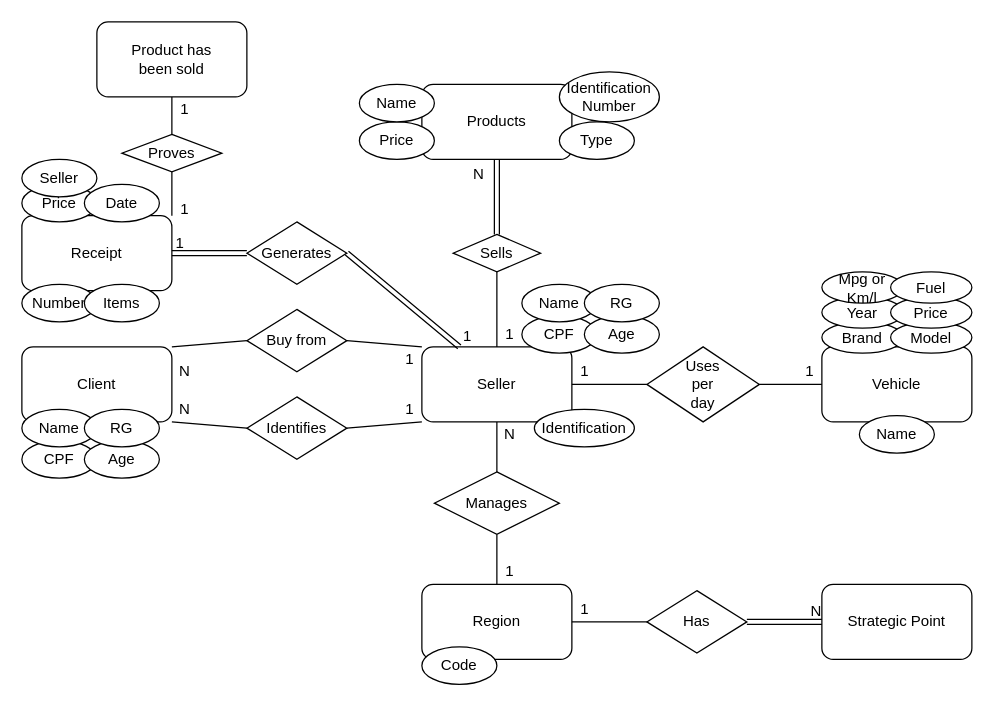
MatheusOde/UML keeps this draw.io diagram as MarketingDepartment.drawio. Above is the earlier version. Source tidied: cells renumbered, new cells numbered last; positions are measured from the earlier drawing's top-left corner, leaving out a move shared by most shapes. Both pictures are drawn from the tidied source at 125%, with x=0, y=0 at pixel (21, 21).
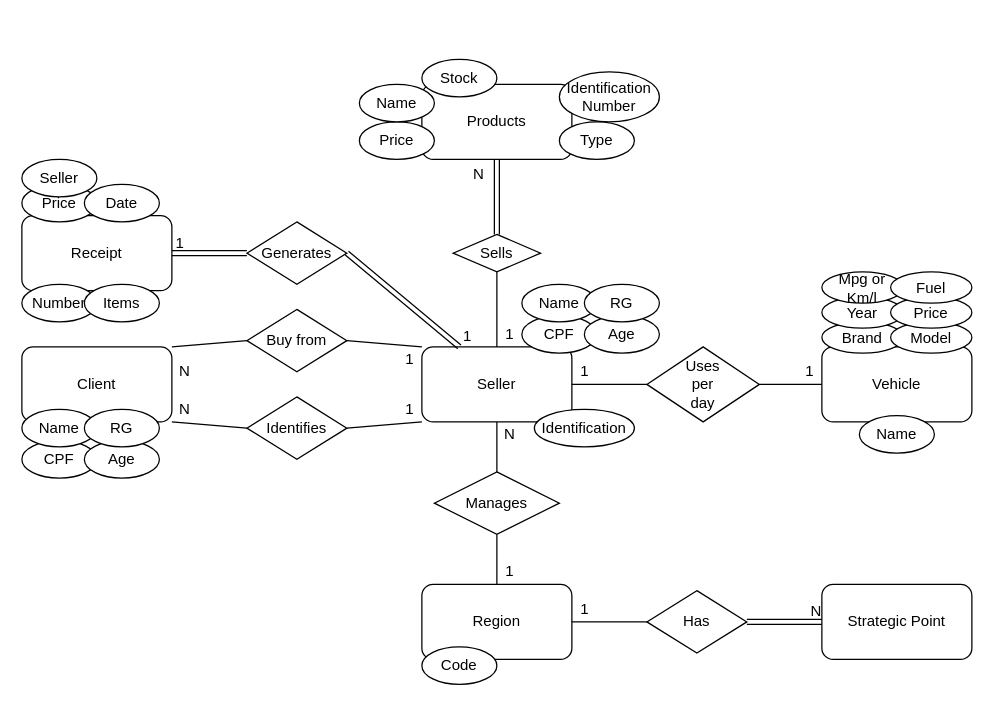
After the change.

The change refers to these unchanged cells:
```xml
<mxCell id="29" value="Receipt" style="rounded=1;whiteSpace=wrap;html=1;" parent="1" vertex="1">
  <mxGeometry y="155" width="120" height="60" as="geometry" />
</mxCell>
```

The edit, as a diff of the source:
```diff
@@
-    <mxCell id="70" style="endArrow=none;html=1;rounded=0;exitX=1;exitY=0;exitDx=0;exitDy=0;" parent="1" edge="1" source="29">
-      <mxGeometry relative="1" as="geometry">
-        <mxPoint x="120" y="120" as="targetPoint" />
-      </mxGeometry>
-    </mxCell>
-    <mxCell id="71" value="Proves" style="shape=rhombus;perimeter=rhombusPerimeter;whiteSpace=wrap;html=1;align=center;" parent="1" vertex="1">
-      <mxGeometry x="80" y="90" width="80" height="30" as="geometry" />
-    </mxCell>
-    <mxCell id="72" value="1" style="text;html=1;align=center;verticalAlign=middle;strokeColor=none;" parent="1" vertex="1">
-      <mxGeometry x="120" y="140" width="20" height="20" as="geometry" />
-    </mxCell>
-    <mxCell id="73" style="endArrow=none;html=1;rounded=0;exitX=0.5;exitY=0;exitDx=0;exitDy=0;" parent="1" edge="1" source="71">
-      <mxGeometry relative="1" as="geometry">
-        <mxPoint x="120" y="50" as="targetPoint" />
-      </mxGeometry>
-    </mxCell>
-    <mxCell id="74" value="Product has&lt;br&gt;been sold" style="rounded=1;whiteSpace=wrap;html=1;" parent="1" vertex="1">
-      <mxGeometry x="60" width="120" height="60" as="geometry" />
-    </mxCell>
-    <mxCell id="75" value="1" style="text;html=1;align=center;verticalAlign=middle;strokeColor=none;" parent="1" vertex="1">
-      <mxGeometry x="120" y="60" width="20" height="20" as="geometry" />
-    </mxCell>
+    <mxCell id="76" value="Stock" style="ellipse;whiteSpace=wrap;html=1;" parent="1" vertex="1">
+      <mxGeometry x="320" y="30" width="60" height="30" as="geometry" />
+    </mxCell>
```
